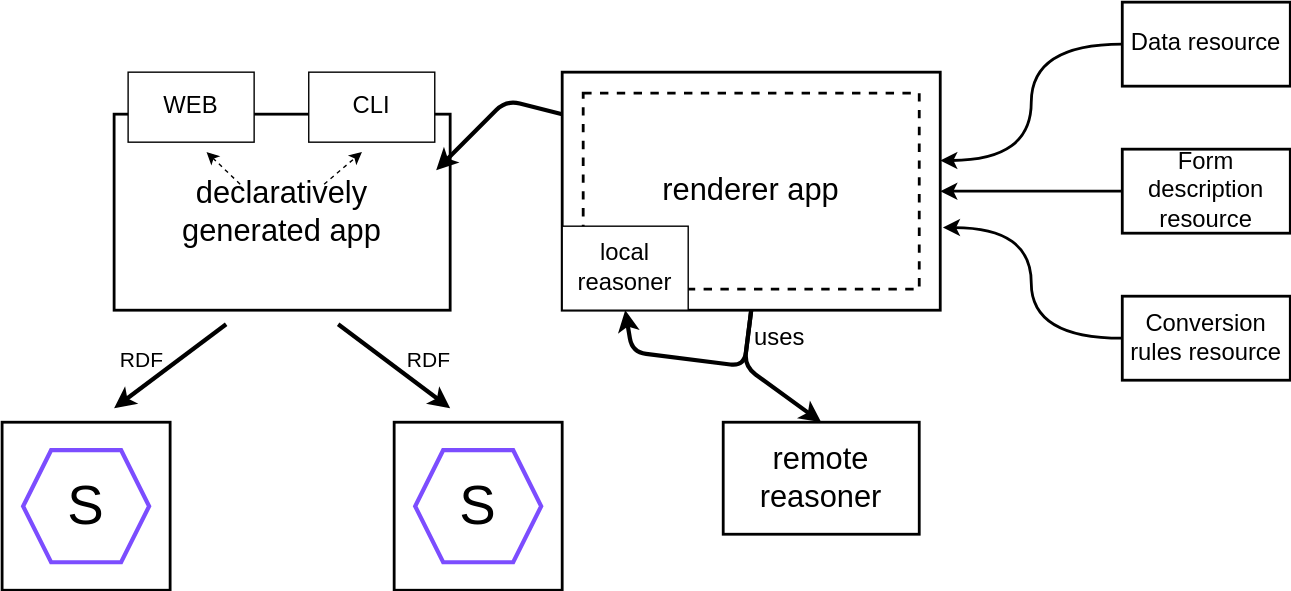
This is content/img/stage-2.svg from smessie/Article-ESWC2024-DFDP, a draw.io export, as it was before one commit. Source tidied: cells renumbered, new cells last; positions are measured from the earlier drawing's top-left corner, leaving out a move shared by most shapes.
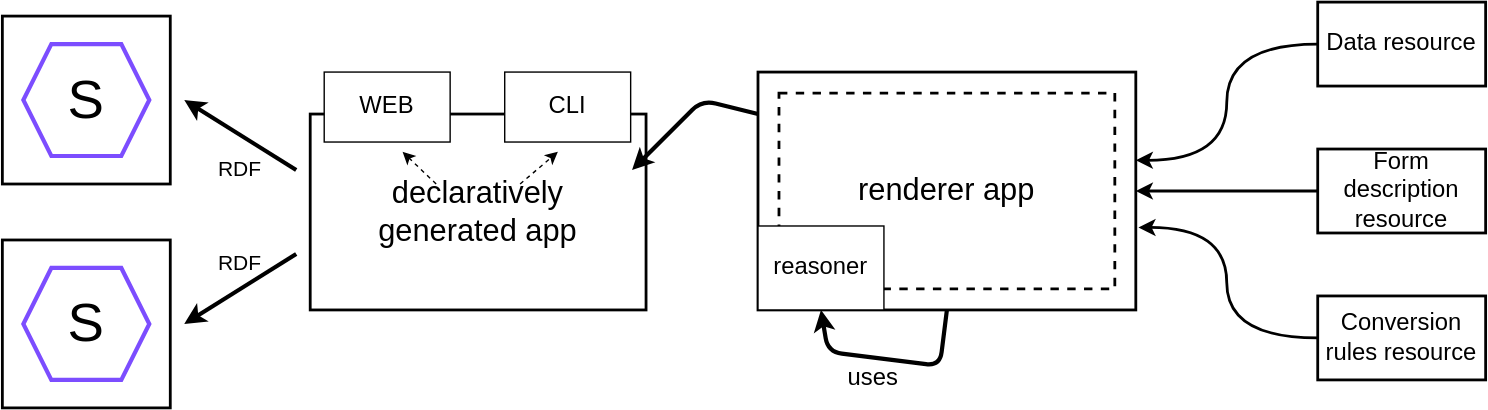
After the change.

Diff of the diagram source:
```diff
@@ -6,7 +6,7 @@
       <mxGeometry x="80" y="80" width="240" height="140" as="geometry" />
     </mxCell>
     <mxCell id="3" style="group;" parent="1" vertex="1">
-      <mxGeometry y="300" width="120" height="120" as="geometry" />
+      <mxGeometry x="-140" y="170" width="120" height="120" as="geometry" />
     </mxCell>
     <mxCell id="4" style="whiteSpace=wrap;html=1;strokeWidth=2;" parent="3" vertex="1">
       <mxGeometry width="120" height="120" as="geometry" />
@@ -15,7 +15,7 @@
       <mxGeometry x="15" y="20" width="90" height="80" as="geometry" />
     </mxCell>
     <mxCell id="6" style="group;" parent="1" vertex="1">
-      <mxGeometry x="280" y="300" width="120" height="120" as="geometry" />
+      <mxGeometry x="-140" y="10" width="120" height="120" as="geometry" />
     </mxCell>
     <mxCell id="7" style="whiteSpace=wrap;html=1;strokeWidth=2;" parent="6" vertex="1">
       <mxGeometry width="120" height="120" as="geometry" />
@@ -25,21 +25,21 @@
     </mxCell>
     <mxCell id="9" style="endArrow=classic;html=1;rounded=0;strokeWidth=3;" parent="1" edge="1">
       <mxGeometry relative="1" as="geometry">
-        <mxPoint x="160" y="230" as="sourcePoint" />
-        <mxPoint x="80" y="290" as="targetPoint" />
+        <mxPoint x="70" y="180" as="sourcePoint" />
+        <mxPoint x="-10" y="230" as="targetPoint" />
       </mxGeometry>
     </mxCell>
     <mxCell id="10" style="endArrow=classic;html=1;rounded=0;strokeWidth=3;" parent="1" edge="1">
       <mxGeometry relative="1" as="geometry">
-        <mxPoint x="240" y="230" as="sourcePoint" />
-        <mxPoint x="320" y="290" as="targetPoint" />
+        <mxPoint x="70" y="120" as="sourcePoint" />
+        <mxPoint x="-10" y="70" as="targetPoint" />
       </mxGeometry>
     </mxCell>
     <mxCell id="11" value="&lt;font style=&quot;font-size: 15px;&quot;&gt;RDF&lt;/font&gt;" style="text;html=1;strokeColor=none;fillColor=none;align=center;verticalAlign=middle;whiteSpace=wrap;rounded=0;" parent="1" vertex="1">
-      <mxGeometry x="70" y="240" width="60" height="30" as="geometry" />
+      <mxGeometry y="171" width="60" height="30" as="geometry" />
     </mxCell>
     <mxCell id="12" value="&lt;font style=&quot;font-size: 15px;&quot;&gt;RDF&lt;/font&gt;" style="text;html=1;strokeColor=none;fillColor=none;align=center;verticalAlign=middle;whiteSpace=wrap;rounded=0;" parent="1" vertex="1">
-      <mxGeometry x="275" y="240" width="60" height="30" as="geometry" />
+      <mxGeometry y="104" width="60" height="30" as="geometry" />
     </mxCell>
     <mxCell id="13" style="rounded=0;whiteSpace=wrap;html=1;strokeWidth=2;" parent="1" vertex="1">
       <mxGeometry x="400" y="50" width="270" height="170" as="geometry" />
@@ -92,10 +92,7 @@
         <mxPoint x="146" y="107" as="targetPoint" />
       </mxGeometry>
     </mxCell>
-    <mxCell id="26" value="&lt;span style=&quot;font-size: 22px;&quot;&gt;remote reasoner&lt;/span&gt;" style="rounded=0;whiteSpace=wrap;html=1;strokeWidth=2;" parent="1" vertex="1">
-      <mxGeometry x="515" y="300" width="140" height="80" as="geometry" />
-    </mxCell>
-    <mxCell id="27" value="&lt;font style=&quot;font-size: 17px;&quot;&gt;local&lt;br&gt;reasoner&lt;/font&gt;" style="rounded=0;whiteSpace=wrap;html=1;" parent="1" vertex="1">
+    <mxCell id="27" value="&lt;font style=&quot;font-size: 17px;&quot;&gt;reasoner&lt;/font&gt;" style="rounded=0;whiteSpace=wrap;html=1;" parent="1" vertex="1">
       <mxGeometry x="400" y="160" width="90" height="60" as="geometry" />
     </mxCell>
     <mxCell id="28" style="endArrow=classic;html=1;rounded=1;strokeWidth=3;entryX=0.5;entryY=1;entryDx=0;entryDy=0;exitX=0.5;exitY=1;exitDx=0;exitDy=0;" parent="1" edge="1" source="13" target="27">
@@ -106,15 +103,8 @@
         </Array>
       </mxGeometry>
     </mxCell>
-    <mxCell id="29" style="endArrow=classic;html=1;rounded=1;strokeWidth=3;entryX=0.5;entryY=0;entryDx=0;entryDy=0;exitX=0.5;exitY=1;exitDx=0;exitDy=0;" parent="1" edge="1" source="13" target="26">
-      <mxGeometry relative="1" as="geometry">
-        <Array as="points">
-          <mxPoint x="530" y="260" />
-        </Array>
-      </mxGeometry>
-    </mxCell>
     <mxCell id="30" value="&lt;font style=&quot;font-size: 17px;&quot;&gt;uses&lt;/font&gt;" style="text;html=1;align=center;verticalAlign=middle;strokeColor=none;fillColor=none;" parent="1" vertex="1">
-      <mxGeometry x="525" y="225" width="60" height="30" as="geometry" />
+      <mxGeometry x="452" y="254" width="60" height="30" as="geometry" />
     </mxCell>
   </root>
 </mxGraphModel>
```
